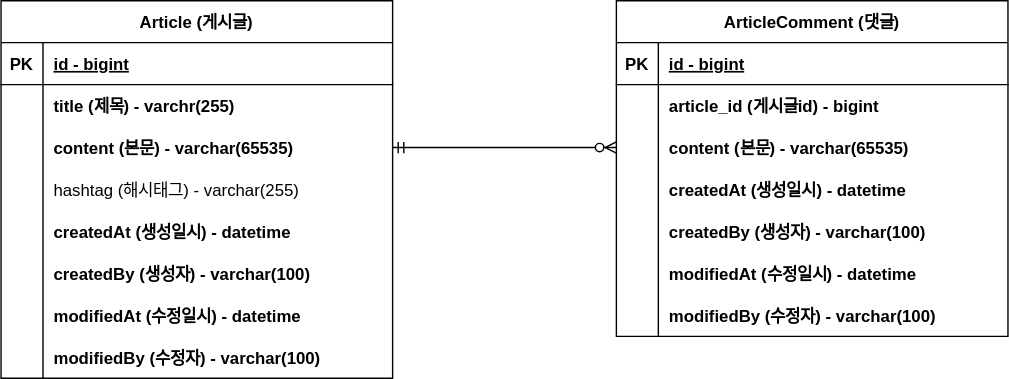
Earlier version of the draw.io export document/project-board.svg (hs1916/fastcampus-project-board). Source tidied: cells renumbered, new cells last; positions are measured from the earlier drawing's top-left corner, leaving out a move shared by most shapes.
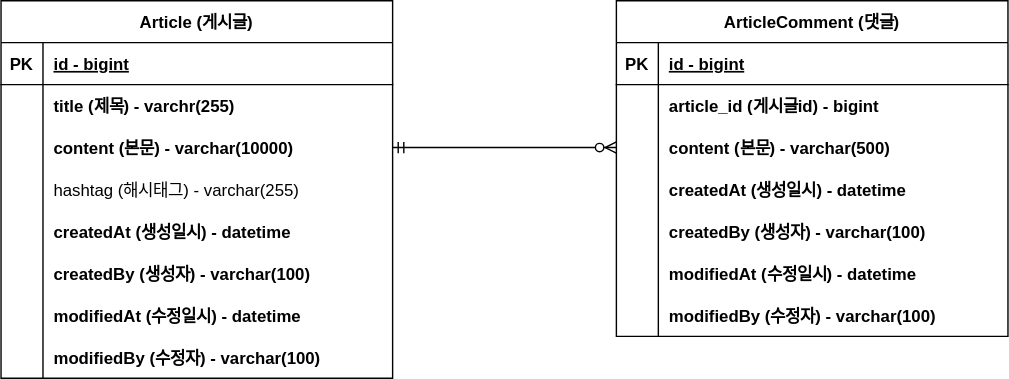
Later version of the same file.

Commit message:
#10 - ERD 업데이트

The edit, as a diff of the source:
```diff
@@ -29,7 +29,7 @@
     <mxCell id="10" style="shape=partialRectangle;fillColor=none;top=0;left=0;bottom=0;right=0;overflow=hidden;" parent="9" vertex="1">
       <mxGeometry width="30" height="30" as="geometry" />
     </mxCell>
-    <mxCell id="11" value="content (본문) - varchar(65535)" style="shape=partialRectangle;fillColor=none;top=0;left=0;bottom=0;right=0;align=left;spacingLeft=6;overflow=hidden;fontStyle=1;" parent="9" vertex="1">
+    <mxCell id="11" value="content (본문) - varchar(10000)" style="shape=partialRectangle;fillColor=none;top=0;left=0;bottom=0;right=0;align=left;spacingLeft=6;overflow=hidden;fontStyle=1;" parent="9" vertex="1">
       <mxGeometry x="30" width="250" height="30" as="geometry" />
     </mxCell>
     <mxCell id="12" style="shape=tableRow;horizontal=0;startSize=0;swimlaneHead=0;swimlaneBody=0;fillColor=none;top=0;left=0;right=0;bottom=0;" parent="2" vertex="1">
@@ -104,7 +104,7 @@
     <mxCell id="35" style="shape=partialRectangle;fillColor=none;top=0;left=0;bottom=0;right=0;overflow=hidden;" parent="34" vertex="1">
       <mxGeometry width="30" height="30" as="geometry" />
     </mxCell>
-    <mxCell id="36" value="content (본문) - varchar(65535)" style="shape=partialRectangle;fillColor=none;top=0;left=0;bottom=0;right=0;align=left;spacingLeft=6;overflow=hidden;fontStyle=1;" parent="34" vertex="1">
+    <mxCell id="36" value="content (본문) - varchar(500)" style="shape=partialRectangle;fillColor=none;top=0;left=0;bottom=0;right=0;align=left;spacingLeft=6;overflow=hidden;fontStyle=1;" parent="34" vertex="1">
       <mxGeometry x="30" width="250" height="30" as="geometry" />
     </mxCell>
     <mxCell id="37" style="shape=tableRow;horizontal=0;startSize=0;swimlaneHead=0;swimlaneBody=0;fillColor=none;top=0;left=0;right=0;bottom=0;" parent="27" vertex="1">
```
